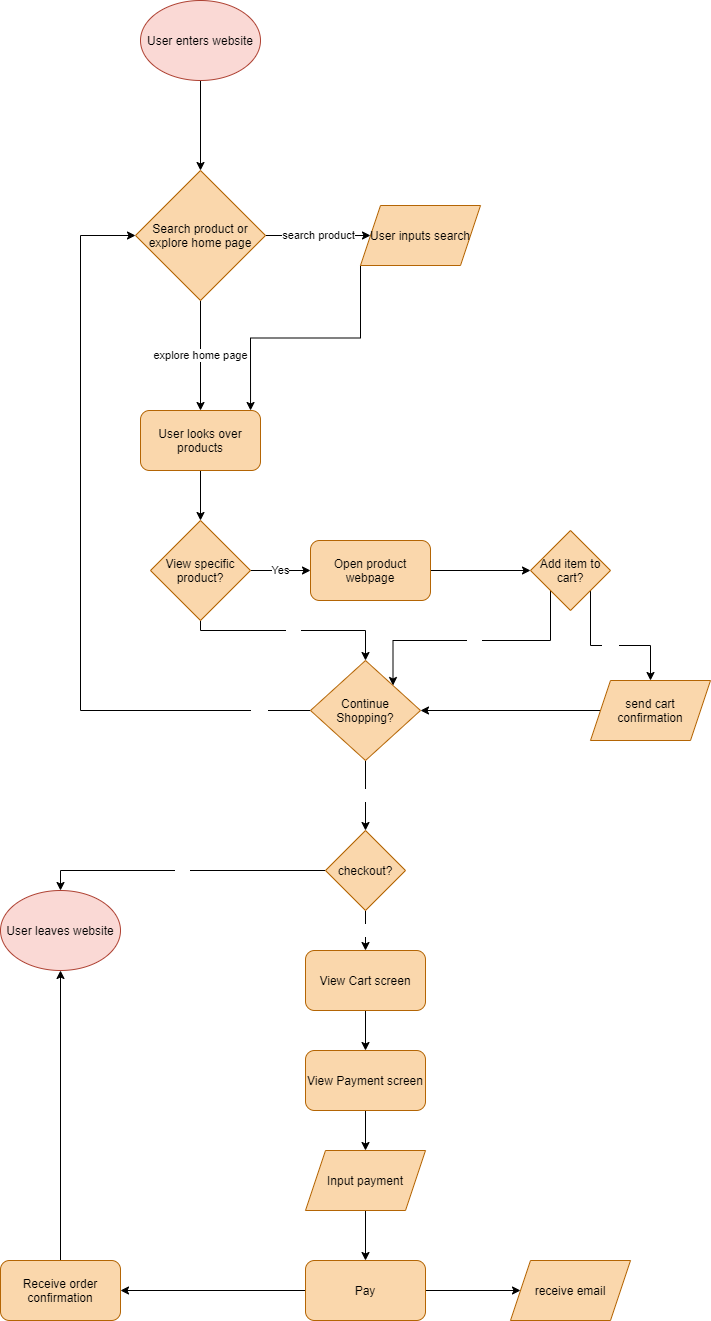
Earlier version of the draw.io export part2/part2.drawio.png (kevinyluo/wi21-cse110-lab4). Source tidied: cells renumbered, new cells last; positions are measured from the earlier drawing's top-left corner, leaving out a move shared by most shapes. The source it was exported from:
```xml
<mxGraphModel>
  <root>
    <mxCell id="0" />
    <mxCell id="1" parent="0" />
    <mxCell id="2" style="edgeStyle=orthogonalEdgeStyle;rounded=0;jettySize=auto;html=1;entryX=0.5;entryY=0;entryDx=0;entryDy=0;" parent="1" edge="1" source="3" target="6">
      <mxGeometry relative="1" as="geometry" />
    </mxCell>
    <mxCell id="3" value="&lt;font color=&quot;#000000&quot;&gt;User enters website&lt;/font&gt;" style="ellipse;whiteSpace=wrap;html=1;fillColor=#fad9d5;strokeColor=#ae4132;" parent="1" vertex="1">
      <mxGeometry x="140" width="120" height="80" as="geometry" />
    </mxCell>
    <mxCell id="4" value="search product&lt;br&gt;" style="edgeStyle=orthogonalEdgeStyle;rounded=0;jettySize=auto;html=1;entryX=0;entryY=0.5;entryDx=0;entryDy=0;" parent="1" edge="1" source="6" target="8">
      <mxGeometry relative="1" as="geometry" />
    </mxCell>
    <mxCell id="5" value="explore home page&lt;br&gt;" style="edgeStyle=orthogonalEdgeStyle;rounded=0;jettySize=auto;html=1;entryX=0.5;entryY=0;entryDx=0;entryDy=0;" parent="1" edge="1" source="6" target="10">
      <mxGeometry relative="1" as="geometry" />
    </mxCell>
    <mxCell id="6" value="&lt;font color=&quot;#000000&quot;&gt;Search product or explore home page&lt;/font&gt;" style="rhombus;whiteSpace=wrap;html=1;fillColor=#fad7ac;strokeColor=#b46504;" parent="1" vertex="1">
      <mxGeometry x="135" y="170" width="130" height="130" as="geometry" />
    </mxCell>
    <mxCell id="7" style="edgeStyle=orthogonalEdgeStyle;rounded=0;jettySize=auto;html=1;exitX=0;exitY=1;exitDx=0;exitDy=0;entryX=0.917;entryY=0;entryDx=0;entryDy=0;entryPerimeter=0;" parent="1" edge="1" source="8" target="10">
      <mxGeometry relative="1" as="geometry" />
    </mxCell>
    <mxCell id="8" value="&lt;font color=&quot;#000000&quot;&gt;User inputs search&lt;/font&gt;" style="shape=parallelogram;perimeter=parallelogramPerimeter;whiteSpace=wrap;html=1;fixedSize=1;fillColor=#fad7ac;strokeColor=#b46504;" parent="1" vertex="1">
      <mxGeometry x="360" y="205" width="120" height="60" as="geometry" />
    </mxCell>
    <mxCell id="9" style="edgeStyle=orthogonalEdgeStyle;rounded=0;jettySize=auto;html=1;entryX=0.5;entryY=0;entryDx=0;entryDy=0;fontColor=#000000;" parent="1" edge="1" source="10" target="13">
      <mxGeometry relative="1" as="geometry" />
    </mxCell>
    <mxCell id="10" value="&lt;font color=&quot;#000000&quot;&gt;User looks over products&lt;/font&gt;" style="rounded=1;whiteSpace=wrap;html=1;fillColor=#fad7ac;strokeColor=#b46504;" parent="1" vertex="1">
      <mxGeometry x="140" y="410" width="120" height="60" as="geometry" />
    </mxCell>
    <mxCell id="11" value="Yes" style="edgeStyle=orthogonalEdgeStyle;rounded=0;jettySize=auto;html=1;entryX=0;entryY=0.5;entryDx=0;entryDy=0;" parent="1" edge="1" source="13" target="15">
      <mxGeometry relative="1" as="geometry" />
    </mxCell>
    <mxCell id="12" value="No" style="edgeStyle=orthogonalEdgeStyle;rounded=0;jettySize=auto;html=1;fontColor=#FFFFFF;entryX=0.5;entryY=0;entryDx=0;entryDy=0;" parent="1" edge="1" source="13" target="21">
      <mxGeometry relative="1" as="geometry">
        <Array as="points">
          <mxPoint x="200" y="630" />
          <mxPoint x="365" y="630" />
        </Array>
      </mxGeometry>
    </mxCell>
    <mxCell id="13" value="View specific product?" style="rhombus;whiteSpace=wrap;html=1;fillColor=#fad7ac;strokeColor=#b46504;fontColor=#000000;" parent="1" vertex="1">
      <mxGeometry x="150" y="520" width="100" height="100" as="geometry" />
    </mxCell>
    <mxCell id="14" style="edgeStyle=orthogonalEdgeStyle;rounded=0;jettySize=auto;html=1;exitX=1;exitY=0.5;exitDx=0;exitDy=0;entryX=0;entryY=0.5;entryDx=0;entryDy=0;fontColor=#000000;" parent="1" edge="1" source="15" target="18">
      <mxGeometry relative="1" as="geometry" />
    </mxCell>
    <mxCell id="15" value="Open product webpage" style="rounded=1;whiteSpace=wrap;html=1;fillColor=#fad7ac;strokeColor=#b46504;fontColor=#000000;" parent="1" vertex="1">
      <mxGeometry x="310" y="540" width="120" height="60" as="geometry" />
    </mxCell>
    <mxCell id="16" value="Yes" style="edgeStyle=orthogonalEdgeStyle;rounded=0;jettySize=auto;html=1;exitX=1;exitY=1;exitDx=0;exitDy=0;entryX=0.5;entryY=0;entryDx=0;entryDy=0;fontColor=#FFFFFF;" parent="1" edge="1" source="18" target="23">
      <mxGeometry relative="1" as="geometry" />
    </mxCell>
    <mxCell id="17" value="No" style="edgeStyle=orthogonalEdgeStyle;rounded=0;jettySize=auto;html=1;exitX=0;exitY=1;exitDx=0;exitDy=0;entryX=1;entryY=0;entryDx=0;entryDy=0;fontColor=#FFFFFF;" parent="1" edge="1" source="18" target="21">
      <mxGeometry relative="1" as="geometry">
        <Array as="points">
          <mxPoint x="550" y="640" />
          <mxPoint x="393" y="640" />
        </Array>
      </mxGeometry>
    </mxCell>
    <mxCell id="18" value="Add item to cart?" style="rhombus;whiteSpace=wrap;html=1;fillColor=#fad7ac;strokeColor=#b46504;fontColor=#000000;" parent="1" vertex="1">
      <mxGeometry x="530" y="530" width="80" height="80" as="geometry" />
    </mxCell>
    <mxCell id="19" value="yes&lt;br&gt;" style="edgeStyle=orthogonalEdgeStyle;rounded=0;jettySize=auto;html=1;entryX=0;entryY=0.5;entryDx=0;entryDy=0;fontColor=#FFFFFF;" parent="1" edge="1" source="21" target="6">
      <mxGeometry x="-0.87" relative="1" as="geometry">
        <Array as="points">
          <mxPoint x="80" y="710" />
          <mxPoint x="80" y="235" />
        </Array>
      </mxGeometry>
    </mxCell>
    <mxCell id="20" value="&lt;font color=&quot;#ffffff&quot;&gt;No&lt;/font&gt;" style="edgeStyle=orthogonalEdgeStyle;rounded=0;jettySize=auto;html=1;entryX=0.5;entryY=0;entryDx=0;entryDy=0;fontColor=#000000;" parent="1" edge="1" source="21" target="26">
      <mxGeometry relative="1" as="geometry" />
    </mxCell>
    <mxCell id="21" value="Continue Shopping?" style="rhombus;whiteSpace=wrap;html=1;fillColor=#fad7ac;strokeColor=#b46504;fontColor=#000000;" parent="1" vertex="1">
      <mxGeometry x="310" y="660" width="110" height="100" as="geometry" />
    </mxCell>
    <mxCell id="22" style="edgeStyle=orthogonalEdgeStyle;rounded=0;jettySize=auto;html=1;exitX=0;exitY=0.5;exitDx=0;exitDy=0;entryX=1;entryY=0.5;entryDx=0;entryDy=0;fontColor=#FFFFFF;" parent="1" edge="1" source="23" target="21">
      <mxGeometry relative="1" as="geometry" />
    </mxCell>
    <mxCell id="23" value="send cart confirmation" style="shape=parallelogram;perimeter=parallelogramPerimeter;whiteSpace=wrap;html=1;fixedSize=1;fillColor=#fad7ac;strokeColor=#b46504;fontColor=#000000;" parent="1" vertex="1">
      <mxGeometry x="590" y="680" width="120" height="60" as="geometry" />
    </mxCell>
    <mxCell id="24" value="&lt;font color=&quot;#ffffff&quot;&gt;No&lt;/font&gt;" style="edgeStyle=orthogonalEdgeStyle;rounded=0;jettySize=auto;html=1;entryX=0.5;entryY=0;entryDx=0;entryDy=0;fontColor=#000000;" parent="1" edge="1" source="26" target="27">
      <mxGeometry relative="1" as="geometry" />
    </mxCell>
    <mxCell id="25" value="yes" style="edgeStyle=orthogonalEdgeStyle;rounded=0;jettySize=auto;html=1;exitX=0.5;exitY=1;exitDx=0;exitDy=0;entryX=0.5;entryY=0;entryDx=0;entryDy=0;fontColor=#FFFFFF;" parent="1" edge="1" source="26" target="29">
      <mxGeometry relative="1" as="geometry" />
    </mxCell>
    <mxCell id="26" value="checkout?" style="rhombus;whiteSpace=wrap;html=1;fillColor=#fad7ac;strokeColor=#b46504;fontColor=#000000;" parent="1" vertex="1">
      <mxGeometry x="325" y="830" width="80" height="80" as="geometry" />
    </mxCell>
    <mxCell id="27" value="User leaves website" style="ellipse;whiteSpace=wrap;html=1;fillColor=#fad9d5;strokeColor=#ae4132;fontColor=#000000;" parent="1" vertex="1">
      <mxGeometry y="890" width="120" height="80" as="geometry" />
    </mxCell>
    <mxCell id="28" style="edgeStyle=orthogonalEdgeStyle;rounded=0;jettySize=auto;html=1;fontColor=#FFFFFF;" parent="1" edge="1" source="29" target="31">
      <mxGeometry relative="1" as="geometry" />
    </mxCell>
    <mxCell id="29" value="View Cart screen" style="rounded=1;whiteSpace=wrap;html=1;fillColor=#fad7ac;strokeColor=#b46504;fontColor=#000000;" parent="1" vertex="1">
      <mxGeometry x="305" y="950" width="120" height="60" as="geometry" />
    </mxCell>
    <mxCell id="30" style="edgeStyle=orthogonalEdgeStyle;rounded=0;jettySize=auto;html=1;fontColor=#FFFFFF;" parent="1" edge="1" source="31" target="33">
      <mxGeometry relative="1" as="geometry" />
    </mxCell>
    <mxCell id="31" value="View Payment screen" style="rounded=1;whiteSpace=wrap;html=1;fillColor=#fad7ac;strokeColor=#b46504;fontColor=#000000;" parent="1" vertex="1">
      <mxGeometry x="305" y="1050" width="120" height="60" as="geometry" />
    </mxCell>
    <mxCell id="32" style="edgeStyle=orthogonalEdgeStyle;rounded=0;jettySize=auto;html=1;entryX=0.5;entryY=0;entryDx=0;entryDy=0;fontColor=#FFFFFF;" parent="1" edge="1" source="33" target="36">
      <mxGeometry relative="1" as="geometry" />
    </mxCell>
    <mxCell id="33" value="Input payment" style="shape=parallelogram;perimeter=parallelogramPerimeter;whiteSpace=wrap;html=1;fixedSize=1;fillColor=#fad7ac;strokeColor=#b46504;fontColor=#000000;" parent="1" vertex="1">
      <mxGeometry x="305" y="1150" width="120" height="60" as="geometry" />
    </mxCell>
    <mxCell id="34" style="edgeStyle=orthogonalEdgeStyle;rounded=0;jettySize=auto;html=1;exitX=1;exitY=0.5;exitDx=0;exitDy=0;entryX=0;entryY=0.5;entryDx=0;entryDy=0;fontColor=#FFFFFF;" parent="1" edge="1" source="36" target="37">
      <mxGeometry relative="1" as="geometry" />
    </mxCell>
    <mxCell id="35" style="edgeStyle=orthogonalEdgeStyle;rounded=0;jettySize=auto;html=1;entryX=1;entryY=0.5;entryDx=0;entryDy=0;fontColor=#FFFFFF;" parent="1" edge="1" source="36" target="39">
      <mxGeometry relative="1" as="geometry" />
    </mxCell>
    <mxCell id="36" value="Pay" style="rounded=1;whiteSpace=wrap;html=1;fillColor=#fad7ac;strokeColor=#b46504;fontColor=#000000;" parent="1" vertex="1">
      <mxGeometry x="305" y="1260" width="120" height="60" as="geometry" />
    </mxCell>
    <mxCell id="37" value="receive email" style="shape=parallelogram;perimeter=parallelogramPerimeter;whiteSpace=wrap;html=1;fixedSize=1;fillColor=#fad7ac;strokeColor=#b46504;fontColor=#000000;" parent="1" vertex="1">
      <mxGeometry x="510" y="1260" width="120" height="60" as="geometry" />
    </mxCell>
    <mxCell id="38" style="edgeStyle=orthogonalEdgeStyle;rounded=0;jettySize=auto;html=1;entryX=0.5;entryY=1;entryDx=0;entryDy=0;fontColor=#FFFFFF;" parent="1" edge="1" source="39" target="27">
      <mxGeometry relative="1" as="geometry" />
    </mxCell>
    <mxCell id="39" value="Receive order confirmation" style="rounded=1;whiteSpace=wrap;html=1;fillColor=#fad7ac;strokeColor=#b46504;fontColor=#000000;" parent="1" vertex="1">
      <mxGeometry y="1260" width="120" height="60" as="geometry" />
    </mxCell>
  </root>
</mxGraphModel>
```
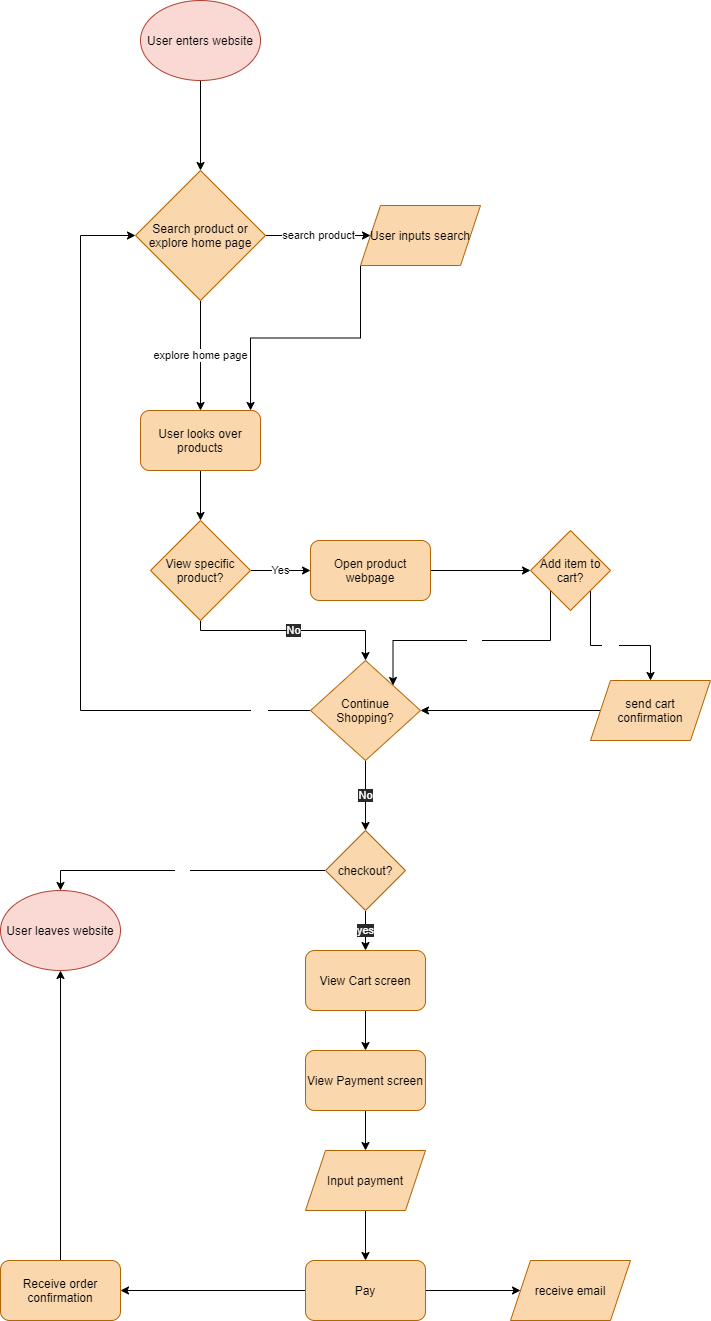
After the commit.

Diff of the diagram source:
```diff
@@ -32,7 +32,7 @@
     <mxCell id="11" value="Yes" style="edgeStyle=orthogonalEdgeStyle;rounded=0;jettySize=auto;html=1;entryX=0;entryY=0.5;entryDx=0;entryDy=0;" parent="1" edge="1" source="13" target="15">
       <mxGeometry relative="1" as="geometry" />
     </mxCell>
-    <mxCell id="12" value="No" style="edgeStyle=orthogonalEdgeStyle;rounded=0;jettySize=auto;html=1;fontColor=#FFFFFF;entryX=0.5;entryY=0;entryDx=0;entryDy=0;" parent="1" edge="1" source="13" target="21">
+    <mxCell id="12" value="No" style="edgeStyle=orthogonalEdgeStyle;rounded=0;jettySize=auto;html=1;fontColor=#FFFFFF;entryX=0.5;entryY=0;entryDx=0;entryDy=0;labelBackgroundColor=#2A2A2A;" parent="1" edge="1" source="13" target="21">
       <mxGeometry relative="1" as="geometry">
         <Array as="points">
           <mxPoint x="200" y="630" />
@@ -71,7 +71,7 @@
         </Array>
       </mxGeometry>
     </mxCell>
-    <mxCell id="20" value="&lt;font color=&quot;#ffffff&quot;&gt;No&lt;/font&gt;" style="edgeStyle=orthogonalEdgeStyle;rounded=0;jettySize=auto;html=1;entryX=0.5;entryY=0;entryDx=0;entryDy=0;fontColor=#000000;" parent="1" edge="1" source="21" target="26">
+    <mxCell id="20" value="&lt;font&gt;No&lt;/font&gt;" style="edgeStyle=orthogonalEdgeStyle;rounded=0;jettySize=auto;html=1;entryX=0.5;entryY=0;entryDx=0;entryDy=0;labelBackgroundColor=#2A2A2A;fontColor=#FFFFFF;" parent="1" edge="1" source="21" target="26">
       <mxGeometry relative="1" as="geometry" />
     </mxCell>
     <mxCell id="21" value="Continue Shopping?" style="rhombus;whiteSpace=wrap;html=1;fillColor=#fad7ac;strokeColor=#b46504;fontColor=#000000;" parent="1" vertex="1">
@@ -83,10 +83,10 @@
     <mxCell id="23" value="send cart confirmation" style="shape=parallelogram;perimeter=parallelogramPerimeter;whiteSpace=wrap;html=1;fixedSize=1;fillColor=#fad7ac;strokeColor=#b46504;fontColor=#000000;" parent="1" vertex="1">
       <mxGeometry x="590" y="680" width="120" height="60" as="geometry" />
     </mxCell>
-    <mxCell id="24" value="&lt;font color=&quot;#ffffff&quot;&gt;No&lt;/font&gt;" style="edgeStyle=orthogonalEdgeStyle;rounded=0;jettySize=auto;html=1;entryX=0.5;entryY=0;entryDx=0;entryDy=0;fontColor=#000000;" parent="1" edge="1" source="26" target="27">
+    <mxCell id="24" value="&lt;font&gt;No&lt;/font&gt;" style="edgeStyle=orthogonalEdgeStyle;rounded=0;jettySize=auto;html=1;entryX=0.5;entryY=0;entryDx=0;entryDy=0;fontColor=#FFFFFF;" parent="1" edge="1" source="26" target="27">
       <mxGeometry relative="1" as="geometry" />
     </mxCell>
-    <mxCell id="25" value="yes" style="edgeStyle=orthogonalEdgeStyle;rounded=0;jettySize=auto;html=1;exitX=0.5;exitY=1;exitDx=0;exitDy=0;entryX=0.5;entryY=0;entryDx=0;entryDy=0;fontColor=#FFFFFF;" parent="1" edge="1" source="26" target="29">
+    <mxCell id="25" value="yes" style="edgeStyle=orthogonalEdgeStyle;rounded=0;jettySize=auto;html=1;exitX=0.5;exitY=1;exitDx=0;exitDy=0;entryX=0.5;entryY=0;entryDx=0;entryDy=0;fontColor=#FFFFFF;labelBackgroundColor=#2A2A2A;" parent="1" edge="1" source="26" target="29">
       <mxGeometry relative="1" as="geometry" />
     </mxCell>
     <mxCell id="26" value="checkout?" style="rhombus;whiteSpace=wrap;html=1;fillColor=#fad7ac;strokeColor=#b46504;fontColor=#000000;" parent="1" vertex="1">
```
